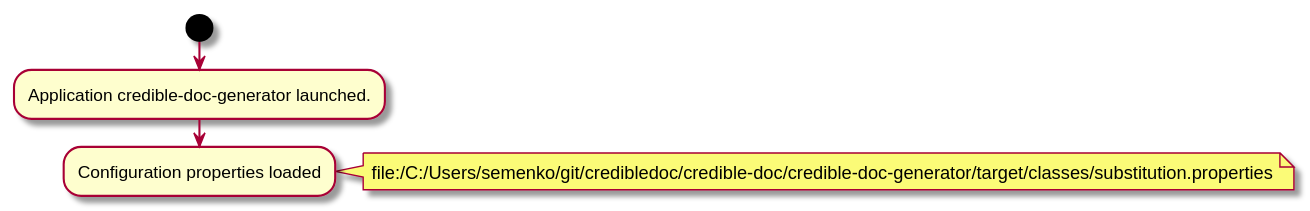
Above: credible-doc-generator/doc/img/diagrams.md_1.svg in credibledoc/credible-doc (PlantUML), before the change.
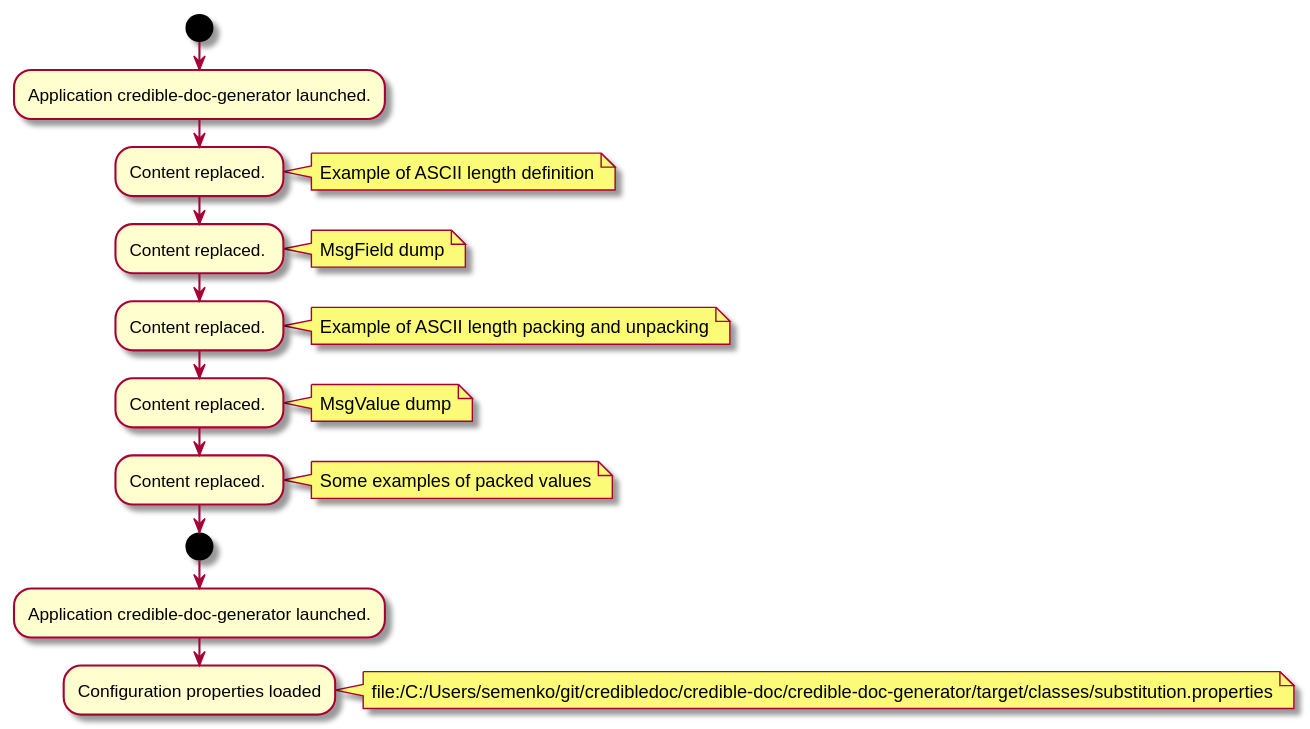
Later version of the same file.

What changed in the source:
```diff
@@ -1,4 +1,32 @@
 @startuml
+start
+:Application credible-doc-generator launched.;
+
+:Content replaced. ;
+note right
+Example of ASCII length definition
+end note
+
+:Content replaced. ;
+note right
+MsgField dump
+end note
+
+:Content replaced. ;
+note right
+Example of ASCII length packing and unpacking
+end note
+
+:Content replaced. ;
+note right
+MsgValue dump
+end note
+
+:Content replaced. ;
+note right
+Some examples of packed values
+end note
+
 start
 :Application credible-doc-generator launched.;
 
```
